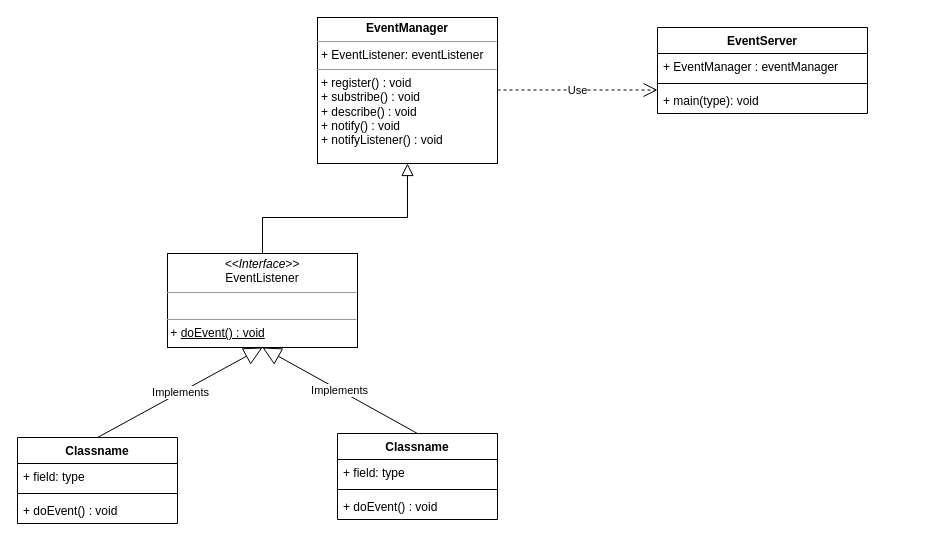
Earlier version of the draw.io diagram picture/观察者模式.drawio (QAQ5685150/diagrams). Source tidied: cells renumbered, new cells numbered last; positions are measured from the earlier drawing's top-left corner, leaving out a move shared by most shapes. Both pictures are drawn from the tidied source at 100%, with x=0, y=0 at pixel (17, 17).
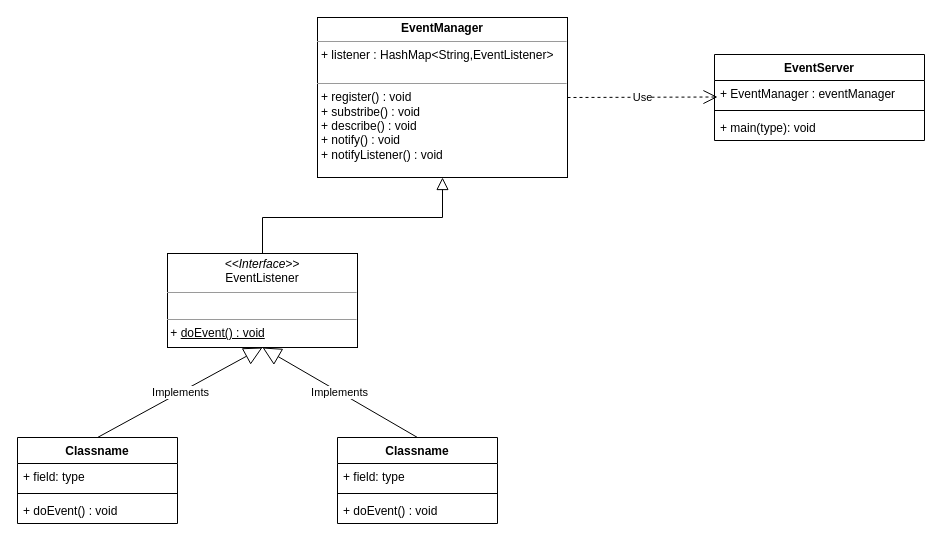
Above is the later version.

Commit message (it also covers changes not shown here):
更新观察者模式.drawio

Change to the diagram source:
```diff
@@
-    <mxCell id="4" value="&lt;p style=&quot;margin:0px;margin-top:4px;text-align:center;&quot;&gt;&lt;b&gt;EventManager&lt;/b&gt;&lt;/p&gt;&lt;hr size=&quot;1&quot;&gt;&lt;p style=&quot;margin:0px;margin-left:4px;&quot;&gt;+&amp;nbsp;&lt;span style=&quot;text-align: center;&quot;&gt;EventListener&lt;/span&gt;: eventListener&lt;/p&gt;&lt;hr size=&quot;1&quot;&gt;&lt;p style=&quot;margin:0px;margin-left:4px;&quot;&gt;+ register() : void&amp;nbsp;&lt;/p&gt;&lt;p style=&quot;margin:0px;margin-left:4px;&quot;&gt;+ substribe() : void&lt;/p&gt;&lt;p style=&quot;margin:0px;margin-left:4px;&quot;&gt;+ describe() : void&lt;/p&gt;&lt;p style=&quot;margin:0px;margin-left:4px;&quot;&gt;+ notify() : void&lt;/p&gt;&lt;p style=&quot;margin:0px;margin-left:4px;&quot;&gt;+ notifyListener() : void&lt;/p&gt;" style="verticalAlign=top;align=left;overflow=fill;fontSize=12;fontFamily=Helvetica;html=1;labelBackgroundColor=none;" parent="1" vertex="1">
-      <mxGeometry x="300" width="180" height="146" as="geometry" />
+    <mxCell id="4" value="&lt;p style=&quot;margin:0px;margin-top:4px;text-align:center;&quot;&gt;&lt;b&gt;EventManager&lt;/b&gt;&lt;/p&gt;&lt;hr size=&quot;1&quot;&gt;&lt;p style=&quot;margin:0px;margin-left:4px;&quot;&gt;&lt;span style=&quot;background-color: initial;&quot;&gt;+ listener : HashMap&amp;lt;String,EventListener&amp;gt;&lt;/span&gt;&lt;/p&gt;&lt;span style=&quot;text-align: center;&quot;&gt;&lt;br&gt;&lt;/span&gt;&lt;hr size=&quot;1&quot;&gt;&lt;p style=&quot;margin:0px;margin-left:4px;&quot;&gt;+ register() : void&amp;nbsp;&lt;/p&gt;&lt;p style=&quot;margin:0px;margin-left:4px;&quot;&gt;+ substribe() : void&lt;/p&gt;&lt;p style=&quot;margin:0px;margin-left:4px;&quot;&gt;+ describe() : void&lt;/p&gt;&lt;p style=&quot;margin:0px;margin-left:4px;&quot;&gt;+ notify() : void&lt;/p&gt;&lt;p style=&quot;margin:0px;margin-left:4px;&quot;&gt;+ notifyListener() : void&lt;/p&gt;" style="verticalAlign=top;align=left;overflow=fill;fontSize=12;fontFamily=Helvetica;html=1;labelBackgroundColor=none;" parent="1" vertex="1">
+      <mxGeometry x="300" width="250" height="160" as="geometry" />
     </mxCell>
@@
     <mxCell id="10" value="Classname" style="swimlane;fontStyle=1;align=center;verticalAlign=top;horizontal=1;startSize=26;labelBackgroundColor=none;" parent="1" vertex="1">
-      <mxGeometry x="320" y="416" width="160" height="86" as="geometry" />
+      <mxGeometry x="320" y="420" width="160" height="86" as="geometry" />
     </mxCell>
@@
-    <mxCell id="15" value="Use" style="endArrow=open;endSize=12;dashed=1;html=1;rounded=0;" parent="1" edge="1">
+    <mxCell id="15" value="Use" style="endArrow=open;endSize=12;dashed=1;html=1;rounded=0;exitX=1;exitY=0.5;exitDx=0;exitDy=0;" parent="1" edge="1" source="4">
       <mxGeometry relative="1" as="geometry">
-        <mxPoint x="480" y="72.5" as="sourcePoint" />
-        <mxPoint x="640" y="72.5" as="targetPoint" />
+        <mxPoint x="700" y="79.5" as="targetPoint" />
       </mxGeometry>
     </mxCell>
     <mxCell id="16" value="EventServer" style="swimlane;fontStyle=1;align=center;verticalAlign=top;horizontal=1;startSize=26;labelBackgroundColor=none;" parent="1" vertex="1">
-      <mxGeometry x="640" y="10" width="210" height="86" as="geometry" />
+      <mxGeometry x="697" y="37" width="210" height="86" as="geometry" />
     </mxCell>
```
